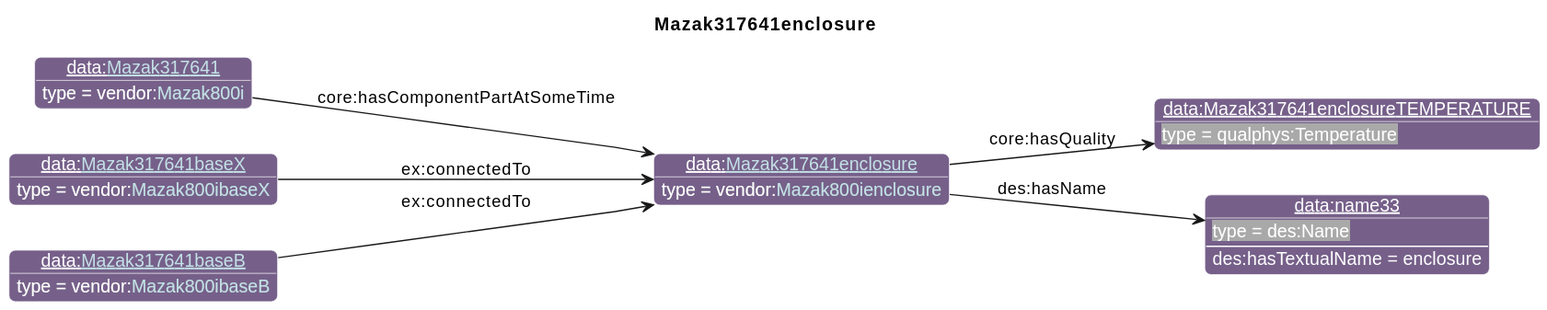
Before: diagrams/Mazak317641enclosure.svg, a diagram exported from PlantUML (iofoundry/example-syseng-mtconnect).
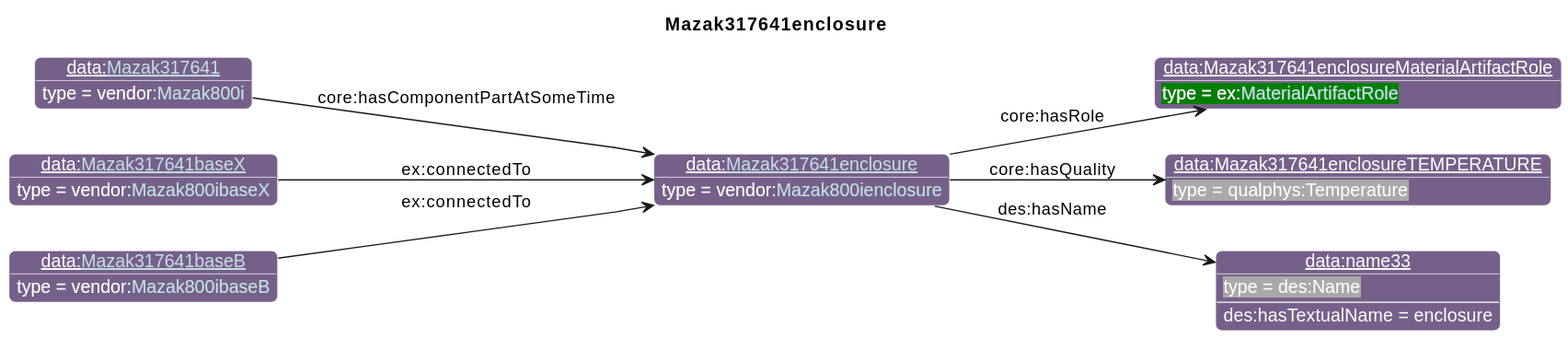
Later version of the same file.

The edit, as a diff of the source:
```diff
@@ -26,15 +26,17 @@
                       "qp":"641B2E"
       }
 individual(o0, data:[[./Mazak317641enclosure.html Mazak317641enclosure]], vendor:[[../Mazak.html#Mazak800ienclosure Mazak800ienclosure]])
-individual(o1, data:Mazak317641enclosureTEMPERATURE, qualphys:Temperature)
-individual(o2, data:name33, des:Name)
-individual(o3, data:[[./Mazak317641.html Mazak317641]], vendor:[[../Mazak.html#Mazak800i Mazak800i]])
-individual(o4, data:[[./Mazak317641baseX.html Mazak317641baseX]], vendor:[[../Mazak.html#Mazak800ibaseX Mazak800ibaseX]])
-individual(o5, data:[[./Mazak317641baseB.html Mazak317641baseB]], vendor:[[../Mazak.html#Mazak800ibaseB Mazak800ibaseB]])
-property(o0, "core:hasQuality", o1)
-property(o0, "des:hasName", o2)
-data(o2, "des:hasTextualName", "enclosure")
-property(o3, "core:hasComponentPartAtSomeTime", o0)
-property(o4, "ex:connectedTo", o0)
+individual(o1, data:Mazak317641enclosureMaterialArtifactRole, ex:[[../Example.html#MaterialArtifactRole MaterialArtifactRole]])
+individual(o2, data:Mazak317641enclosureTEMPERATURE, qualphys:Temperature)
+individual(o3, data:name33, des:Name)
+individual(o4, data:[[./Mazak317641.html Mazak317641]], vendor:[[../Mazak.html#Mazak800i Mazak800i]])
+individual(o5, data:[[./Mazak317641baseX.html Mazak317641baseX]], vendor:[[../Mazak.html#Mazak800ibaseX Mazak800ibaseX]])
+individual(o6, data:[[./Mazak317641baseB.html Mazak317641baseB]], vendor:[[../Mazak.html#Mazak800ibaseB Mazak800ibaseB]])
+property(o0, "core:hasRole", o1)
+property(o0, "core:hasQuality", o2)
+property(o0, "des:hasName", o3)
+data(o3, "des:hasTextualName", "enclosure")
+property(o4, "core:hasComponentPartAtSomeTime", o0)
 property(o5, "ex:connectedTo", o0)
+property(o6, "ex:connectedTo", o0)
 @enduml
```
